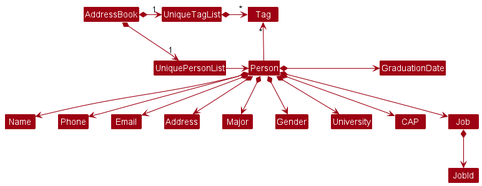
nus-cs2103-AY2223S1/tp keeps this PlantUML diagram as docs/images/BetterModelClassDiagram.png. Above is the earlier version. The source it was exported from:
```plantuml
@startuml
!include style.puml
skinparam arrowThickness 1.1
skinparam arrowColor MODEL_COLOR
skinparam classBackgroundColor MODEL_COLOR

AddressBook *-right-> "1" UniquePersonList
AddressBook *-right-> "1" UniqueTagList
UniqueTagList -[hidden]down- UniquePersonList
UniqueTagList -[hidden]down- UniquePersonList

UniqueTagList *-right-> "*" Tag
UniquePersonList -right-> Person

Person -up-> "*" Tag

Person *--> Name
Person *--> Phone
Person *--> Email
Person *--> Address
Person *-right> GraduationDate
Person *--> Major
Person *--> Gender
Person *--> University
Person *--> CAP
Person *-> Job
Job *--> JobId

GraduationDate -[hidden]down- Job
@enduml
```
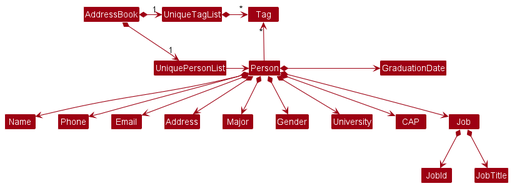
Above is the later version.

Commit message:
Update UML diagram to include JobTitle

Diff of the diagram source:
```diff
@@ -25,6 +25,7 @@
 Person *--> CAP
 Person *-> Job
 Job *--> JobId
+Job *--> JobTitle
 
 GraduationDate -[hidden]down- Job
 @enduml
```
